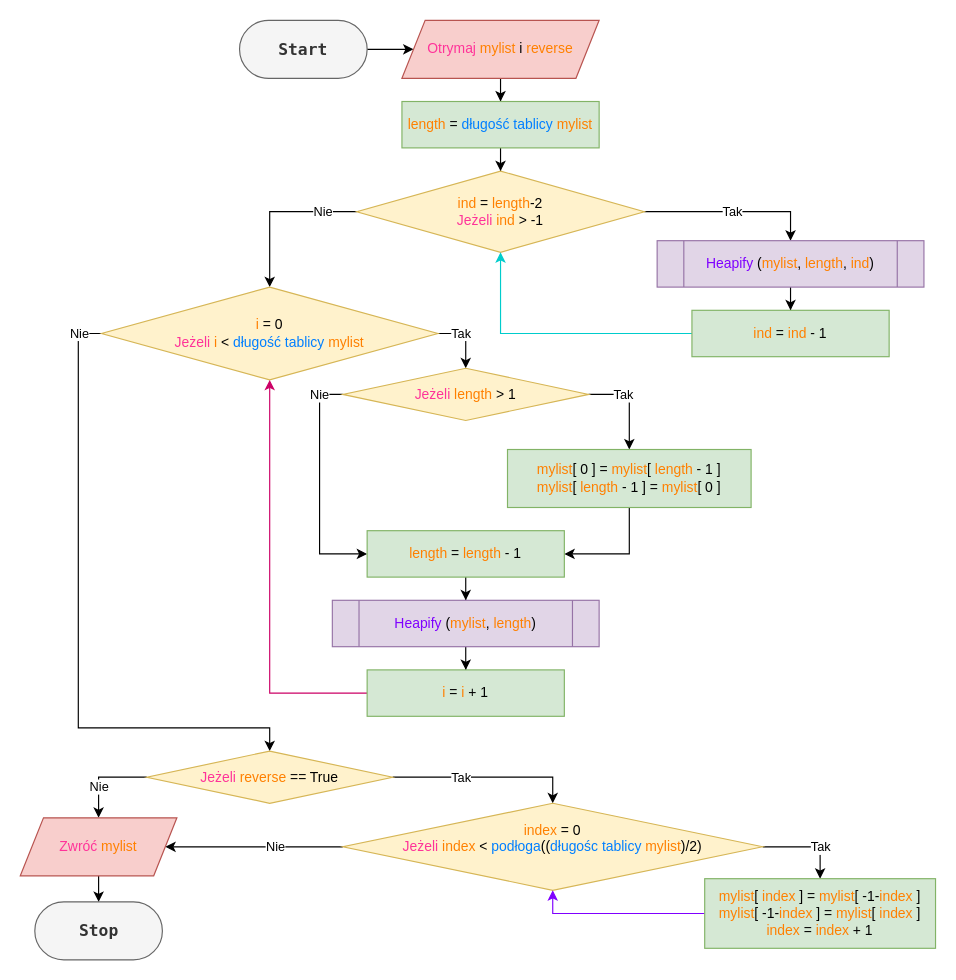
Before: page "Binary Heap Sort" (4 of 5) of block-diagrams.drawio in FrightenedFox/sorting-algorithms, a draw.io diagram. Source tidied: cells renumbered, new cells numbered last; positions are measured from the earlier drawing's top-left corner, leaving out a move shared by most shapes. Both pictures are drawn from the tidied source at 116%, with x=0, y=0 at pixel (20, 20).
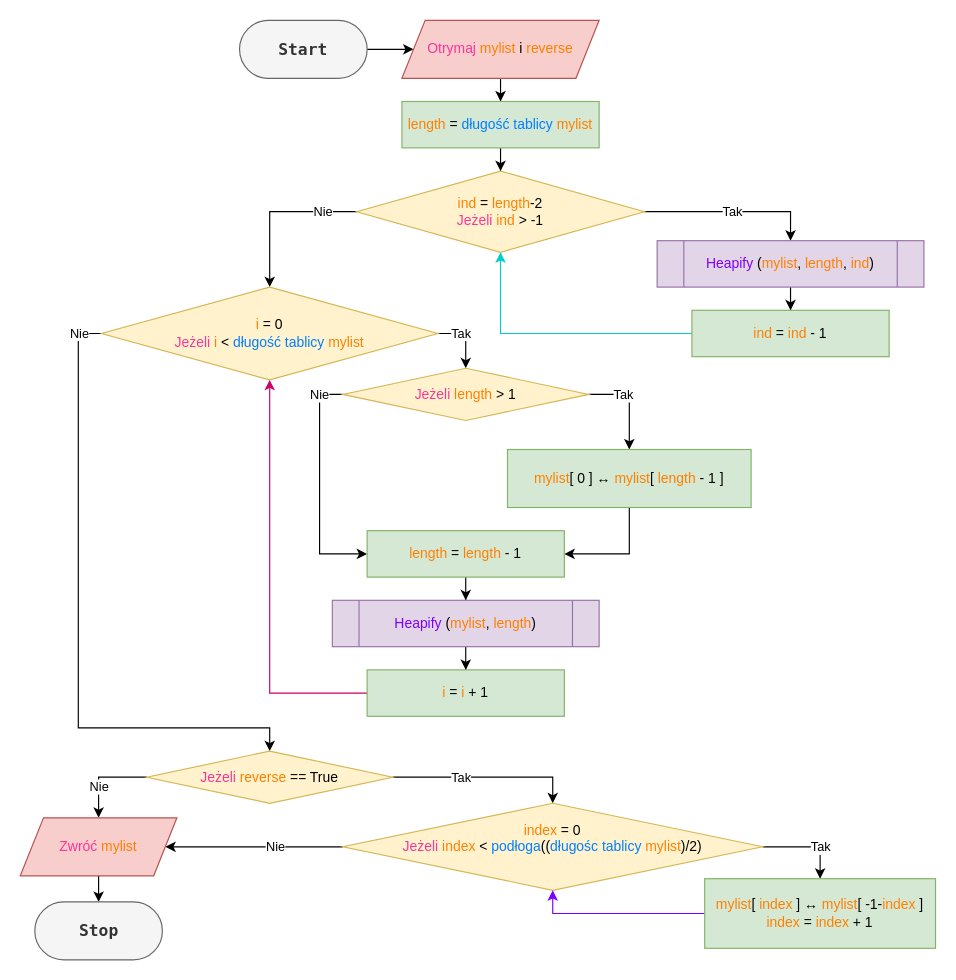
After the change.

The edit, as a diff of the source:
```diff
@@
-    <mxCell id="22" value="&lt;font color=&quot;#ff8000&quot;&gt;mylist&lt;/font&gt;[ 0&lt;span style=&quot;color: rgb(255 , 128 , 0)&quot;&gt;&amp;nbsp;&lt;/span&gt;] =&amp;nbsp;&lt;font color=&quot;#ff8000&quot;&gt;mylist&lt;/font&gt;[&amp;nbsp;&lt;span style=&quot;color: rgb(255 , 128 , 0)&quot;&gt;length&amp;nbsp;&lt;/span&gt;- 1 ]&lt;font color=&quot;#ff8000&quot;&gt;&lt;br&gt;&lt;/font&gt;&lt;font color=&quot;#ff8000&quot;&gt;mylist&lt;/font&gt;[&amp;nbsp;&lt;span style=&quot;color: rgb(255 , 128 , 0)&quot;&gt;length&amp;nbsp;&lt;/span&gt;- 1&amp;nbsp;] =&amp;nbsp;&lt;font color=&quot;#ff8000&quot;&gt;mylist&lt;/font&gt;[ 0 ]&lt;font color=&quot;#ff3399&quot;&gt;&lt;br&gt;&lt;/font&gt;" style="rounded=0;whiteSpace=wrap;html=1;fillColor=#d5e8d4;strokeColor=#82b366;" parent="1" vertex="1">
+    <mxCell id="22" value="&lt;font color=&quot;#ff8000&quot;&gt;mylist&lt;/font&gt;[ 0&lt;span style=&quot;color: rgb(255 , 128 , 0)&quot;&gt;&amp;nbsp;&lt;/span&gt;] ↔&amp;nbsp;&lt;font color=&quot;#ff8000&quot;&gt;mylist&lt;/font&gt;[&amp;nbsp;&lt;span style=&quot;color: rgb(255 , 128 , 0)&quot;&gt;length&amp;nbsp;&lt;/span&gt;- 1 ]&lt;font color=&quot;#ff3399&quot;&gt;&lt;br&gt;&lt;/font&gt;" style="rounded=0;whiteSpace=wrap;html=1;fillColor=#d5e8d4;strokeColor=#82b366;" parent="1" vertex="1">
       <mxGeometry x="420" y="370" width="210" height="50" as="geometry" />
     </mxCell>
@@
-    <mxCell id="36" value="&lt;font color=&quot;#ff8000&quot;&gt;mylist&lt;/font&gt;[&amp;nbsp;&lt;span style=&quot;color: rgb(255 , 128 , 0)&quot;&gt;index&amp;nbsp;&lt;/span&gt;] =&amp;nbsp;&lt;font color=&quot;#ff8000&quot;&gt;mylist&lt;/font&gt;[ -1-&lt;span style=&quot;color: rgb(255 , 128 , 0)&quot;&gt;index&amp;nbsp;&lt;/span&gt;]&lt;font color=&quot;#ff8000&quot;&gt;&lt;br&gt;&lt;/font&gt;&lt;font color=&quot;#ff8000&quot;&gt;mylist&lt;/font&gt;[ -1-&lt;span style=&quot;color: rgb(255 , 128 , 0)&quot;&gt;index&amp;nbsp;&lt;/span&gt;] =&amp;nbsp;&lt;font color=&quot;#ff8000&quot;&gt;mylist&lt;/font&gt;[&amp;nbsp;&lt;span style=&quot;color: rgb(255 , 128 , 0)&quot;&gt;index&amp;nbsp;&lt;/span&gt;]&lt;font color=&quot;#ff8000&quot;&gt;&lt;br&gt;&lt;/font&gt;&lt;span style=&quot;color: rgb(255 , 128 , 0)&quot;&gt;index&lt;/span&gt;&lt;span style=&quot;color: rgb(255 , 128 , 0)&quot;&gt;&amp;nbsp;&lt;/span&gt;=&amp;nbsp;&lt;span style=&quot;color: rgb(255 , 128 , 0)&quot;&gt;index&amp;nbsp;&lt;/span&gt;+ 1&lt;font color=&quot;#ff3399&quot;&gt;&lt;br&gt;&lt;/font&gt;" style="rounded=0;whiteSpace=wrap;html=1;fillColor=#d5e8d4;strokeColor=#82b366;" parent="1" vertex="1">
+    <mxCell id="36" value="&lt;font color=&quot;#ff8000&quot;&gt;mylist&lt;/font&gt;[&amp;nbsp;&lt;span style=&quot;color: rgb(255 , 128 , 0)&quot;&gt;index&amp;nbsp;&lt;/span&gt;] ↔&amp;nbsp;&lt;font color=&quot;#ff8000&quot;&gt;mylist&lt;/font&gt;[ -1-&lt;span style=&quot;color: rgb(255 , 128 , 0)&quot;&gt;index&amp;nbsp;&lt;/span&gt;]&lt;font color=&quot;#ff8000&quot;&gt;&lt;br&gt;&lt;/font&gt;&lt;span style=&quot;color: rgb(255 , 128 , 0)&quot;&gt;index&lt;/span&gt;&lt;span style=&quot;color: rgb(255 , 128 , 0)&quot;&gt;&amp;nbsp;&lt;/span&gt;=&amp;nbsp;&lt;span style=&quot;color: rgb(255 , 128 , 0)&quot;&gt;index&amp;nbsp;&lt;/span&gt;+ 1&lt;font color=&quot;#ff3399&quot;&gt;&lt;br&gt;&lt;/font&gt;" style="rounded=0;whiteSpace=wrap;html=1;fillColor=#d5e8d4;strokeColor=#82b366;" parent="1" vertex="1">
       <mxGeometry x="590" y="740" width="199" height="60" as="geometry" />
     </mxCell>
```
